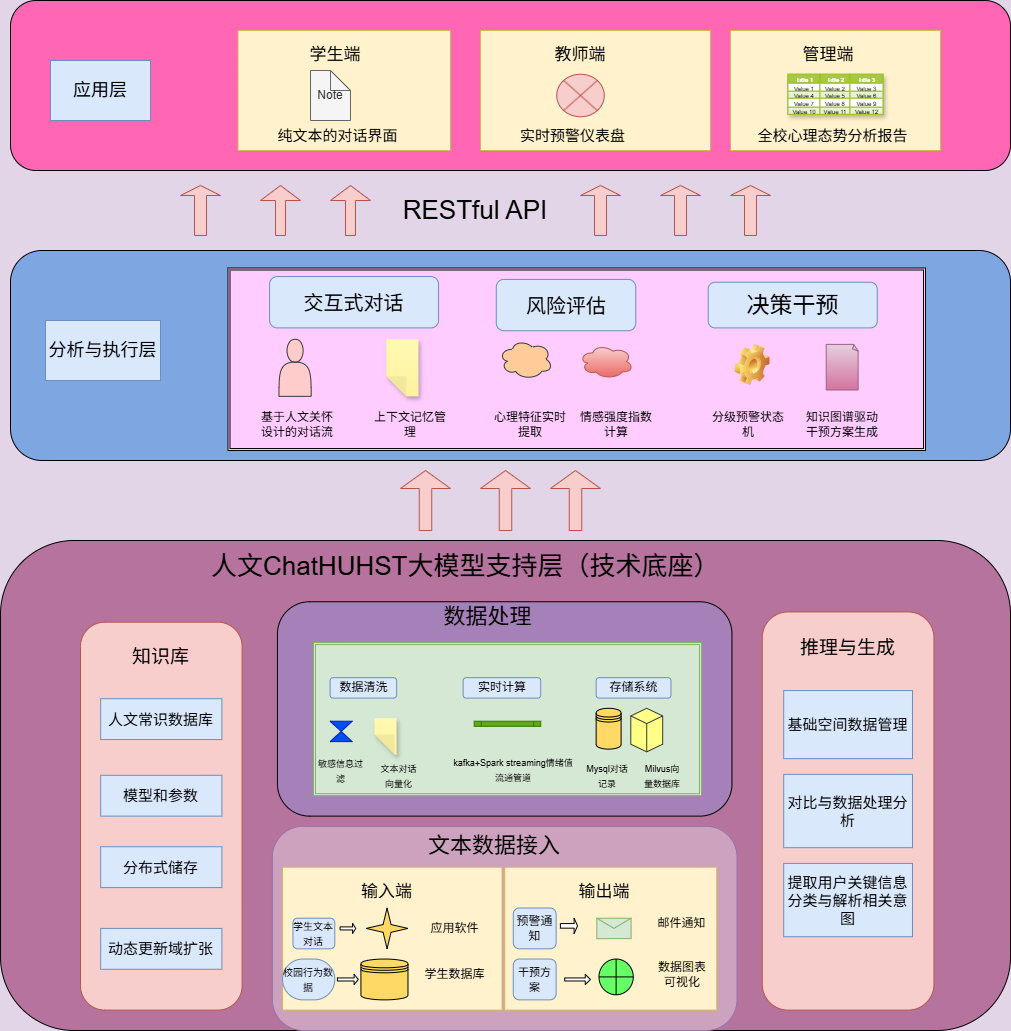
This is 人文心语通.drawio.png from abbb45678/test, a draw.io export, as it was before one commit. Source tidied: cells renumbered, new cells last; positions are measured from the earlier drawing's top-left corner, leaving out a move shared by most shapes.
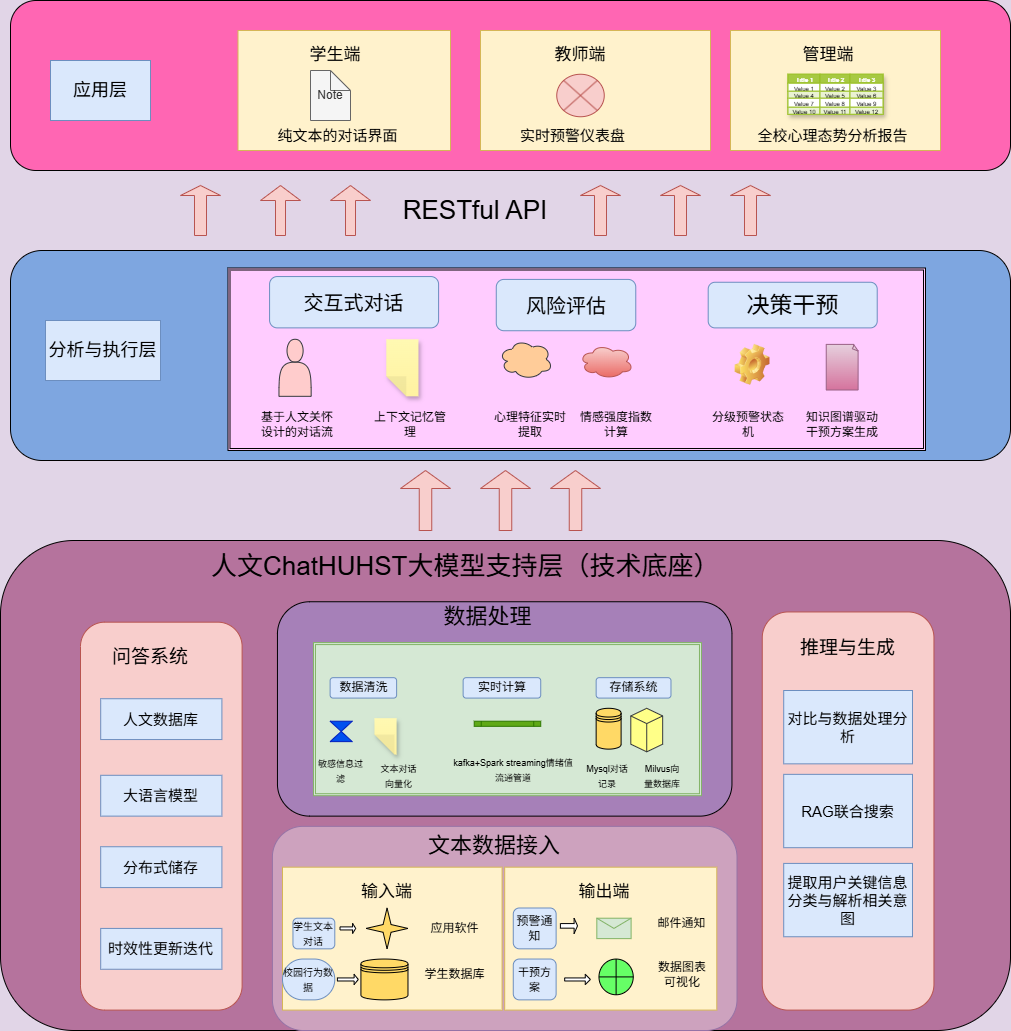
Above is the later version.

Commit message:
更新人文心语通.drawio.png

What changed in the source:
```diff
@@ -266,19 +266,19 @@
     <mxCell id="89" style="rounded=1;whiteSpace=wrap;html=1;fillColor=#f8cecc;strokeColor=#b85450;" parent="88" vertex="1">
       <mxGeometry width="161.6" height="387.9" as="geometry" />
     </mxCell>
-    <mxCell id="90" value="&lt;font style=&quot;font-size: 19px;&quot;&gt;知识库&lt;/font&gt;" style="text;html=1;align=center;verticalAlign=middle;whiteSpace=wrap;rounded=0;" parent="88" vertex="1">
-      <mxGeometry x="50.5" y="20.4" width="60.6" height="30.6" as="geometry" />
+    <mxCell id="90" value="&lt;font style=&quot;font-size: 19px;&quot;&gt;问答系统&lt;/font&gt;" style="text;html=1;align=center;verticalAlign=middle;whiteSpace=wrap;rounded=0;" parent="88" vertex="1">
+      <mxGeometry x="30" y="20.4" width="79.5" height="30.6" as="geometry" />
     </mxCell>
-    <mxCell id="91" value="&lt;font style=&quot;font-size: 15px;&quot;&gt;人文常识数据库&lt;/font&gt;" style="rounded=0;whiteSpace=wrap;html=1;fillColor=#dae8fc;strokeColor=#6c8ebf;" parent="88" vertex="1">
+    <mxCell id="91" value="&lt;font style=&quot;font-size: 15px;&quot;&gt;人文数据库&lt;/font&gt;" style="rounded=0;whiteSpace=wrap;html=1;fillColor=#dae8fc;strokeColor=#6c8ebf;" parent="88" vertex="1">
       <mxGeometry x="20.2" y="76.6" width="121.2" height="40.8" as="geometry" />
     </mxCell>
-    <mxCell id="92" value="&lt;font style=&quot;font-size: 15px;&quot;&gt;模型和参数&lt;/font&gt;" style="rounded=0;whiteSpace=wrap;html=1;fillColor=#dae8fc;strokeColor=#6c8ebf;" parent="88" vertex="1">
+    <mxCell id="92" value="&lt;font style=&quot;font-size: 15px;&quot;&gt;大语言模型&lt;/font&gt;" style="rounded=0;whiteSpace=wrap;html=1;fillColor=#dae8fc;strokeColor=#6c8ebf;" parent="88" vertex="1">
       <mxGeometry x="20.2" y="153.1" width="121.2" height="40.8" as="geometry" />
     </mxCell>
     <mxCell id="93" value="&lt;font style=&quot;font-size: 15px;&quot;&gt;分布式储存&lt;/font&gt;" style="rounded=0;whiteSpace=wrap;html=1;fillColor=#dae8fc;strokeColor=#6c8ebf;" parent="88" vertex="1">
       <mxGeometry x="20.2" y="224.6" width="121.2" height="40.8" as="geometry" />
     </mxCell>
-    <mxCell id="94" value="&lt;font style=&quot;font-size: 15px;&quot;&gt;动态更新域扩张&lt;/font&gt;" style="rounded=0;whiteSpace=wrap;html=1;fillColor=#dae8fc;strokeColor=#6c8ebf;" parent="88" vertex="1">
+    <mxCell id="94" value="&lt;font style=&quot;font-size: 15px;&quot;&gt;时效性更新迭代&lt;/font&gt;" style="rounded=0;whiteSpace=wrap;html=1;fillColor=#dae8fc;strokeColor=#6c8ebf;" parent="88" vertex="1">
       <mxGeometry x="20.2" y="306.2" width="121.2" height="40.8" as="geometry" />
     </mxCell>
     <mxCell id="95" style="group;" parent="44" vertex="1">
@@ -290,15 +290,15 @@
     <mxCell id="97" value="&lt;font style=&quot;font-size: 19px;&quot;&gt;推理与生成&lt;/font&gt;" style="text;html=1;align=center;verticalAlign=middle;whiteSpace=wrap;rounded=0;" parent="95" vertex="1">
       <mxGeometry x="32.2" y="21" width="107.3" height="31.4" as="geometry" />
     </mxCell>
-    <mxCell id="98" value="&lt;font style=&quot;font-size: 15px;&quot;&gt;基础空间数据管理&lt;/font&gt;" style="rounded=0;whiteSpace=wrap;html=1;fillColor=#dae8fc;strokeColor=#6c8ebf;" parent="95" vertex="1">
-      <mxGeometry x="21.5" y="78.6" width="128.8" height="68.1" as="geometry" />
-    </mxCell>
-    <mxCell id="99" value="&lt;font style=&quot;font-size: 15px;&quot;&gt;对比与数据处理分析&lt;/font&gt;" style="rounded=0;whiteSpace=wrap;html=1;fillColor=#dae8fc;strokeColor=#6c8ebf;" parent="95" vertex="1">
+    <mxCell id="99" value="&lt;font style=&quot;font-size: 15px;&quot;&gt;RAG联合搜索&lt;/font&gt;" style="rounded=0;whiteSpace=wrap;html=1;fillColor=#dae8fc;strokeColor=#6c8ebf;" parent="95" vertex="1">
       <mxGeometry x="21.5" y="162.4" width="128.8" height="73.3" as="geometry" />
     </mxCell>
     <mxCell id="100" value="&lt;font style=&quot;font-size: 15px;&quot;&gt;提取用户关键信息分类与解析相关意图&lt;/font&gt;" style="rounded=0;whiteSpace=wrap;html=1;fillColor=#dae8fc;strokeColor=#6c8ebf;" parent="95" vertex="1">
       <mxGeometry x="21.5" y="251.4" width="128.8" height="73.3" as="geometry" />
     </mxCell>
+    <mxCell id="127" value="&lt;font style=&quot;font-size: 15px;&quot;&gt;对比与数据处理分析&lt;/font&gt;" style="rounded=0;whiteSpace=wrap;html=1;fillColor=#dae8fc;strokeColor=#6c8ebf;" parent="95" vertex="1">
+      <mxGeometry x="21.5" y="78.5" width="128.8" height="73.3" as="geometry" />
+    </mxCell>
     <mxCell id="101" value="&lt;span style=&quot;font-size: 26px;&quot;&gt;人文ChatHUHST大模型支持层（技术底座）&lt;/span&gt;" style="text;html=1;align=center;verticalAlign=middle;whiteSpace=wrap;rounded=0;" parent="42" vertex="1">
       <mxGeometry x="210" y="10.2" width="510" height="30.6" as="geometry" />
     </mxCell>
```
